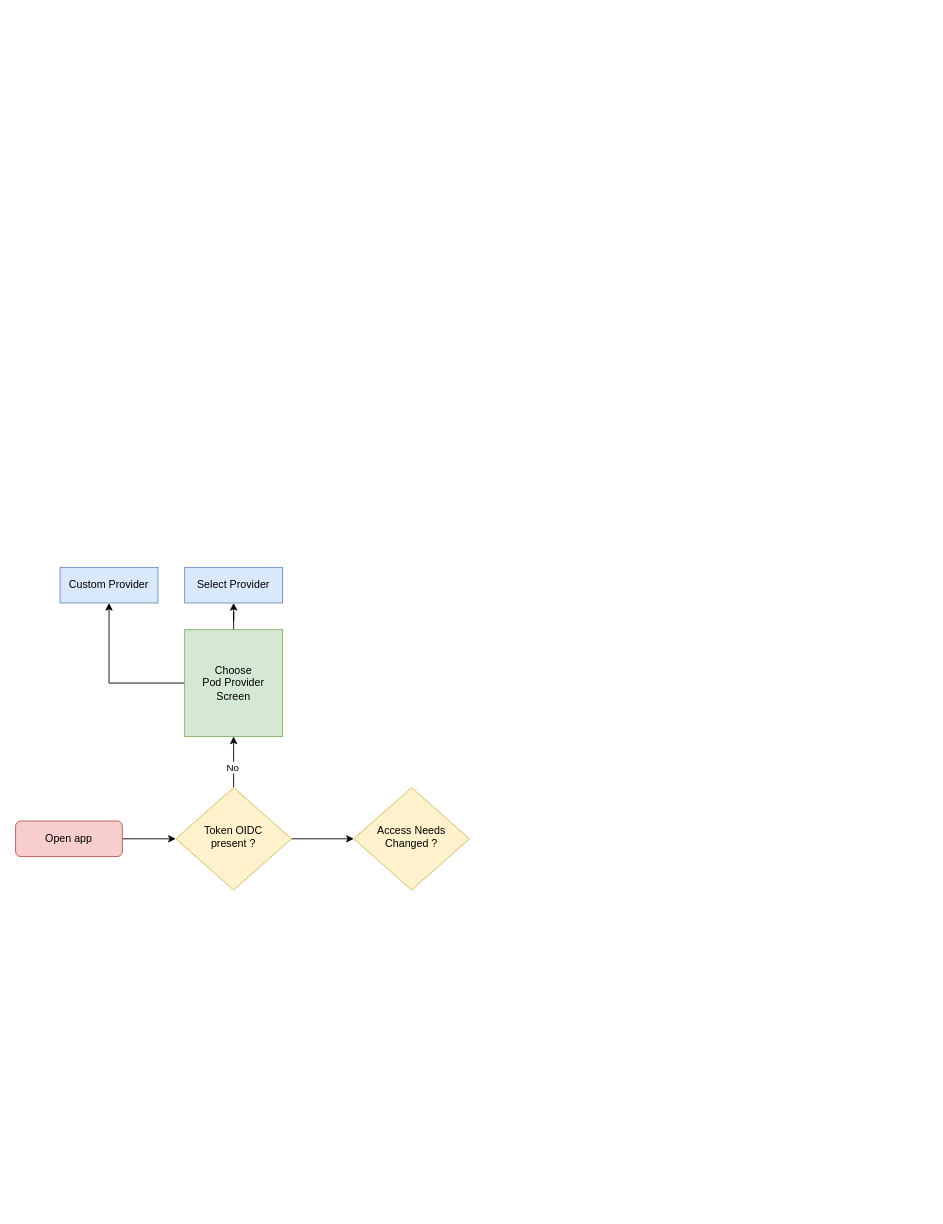
Earlier version of the draw.io diagram Diagramme sans nom.drawio (activitypods/user-flows). Source tidied: cells renumbered, new cells numbered last; positions are measured from the earlier drawing's top-left corner, leaving out a move shared by most shapes. Both pictures are drawn from the tidied source at 89%, with x=0, y=0 at pixel (15, 567).
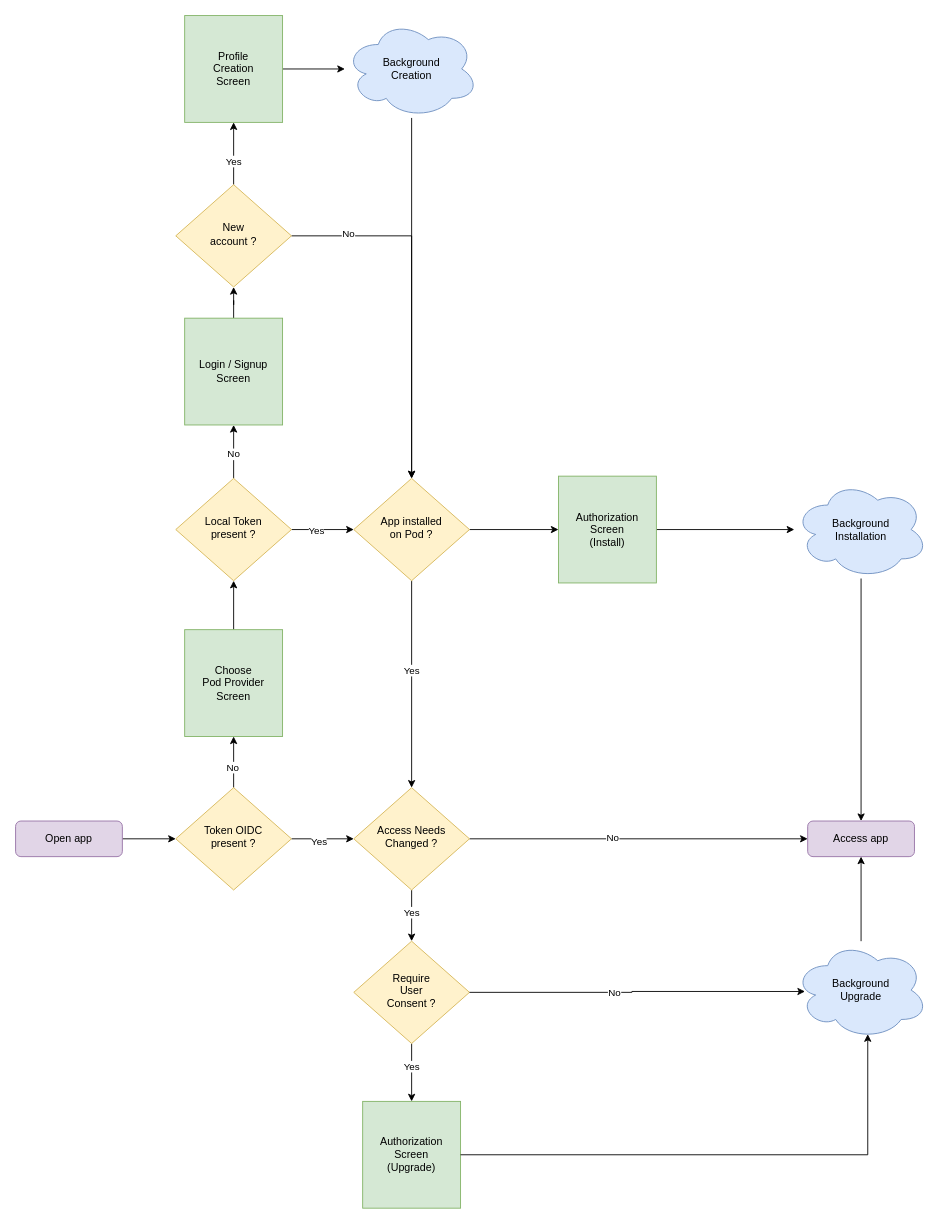
The same diagram, later.

Commit message:
Finish first draft

The change refers to these unchanged cells:
```xml
<mxCell id="6" style="edgeStyle=orthogonalEdgeStyle;rounded=0;jettySize=auto;html=1;" parent="1" edge="1" source="7" target="13">
  <mxGeometry relative="1" as="geometry" />
</mxCell>
<mxCell id="13" value="Access Needs Changed ?" style="rhombus;whiteSpace=wrap;html=1;shadow=0;fontFamily=Helvetica;fontSize=12;align=center;strokeWidth=1;spacing=6;spacingTop=-4;fillColor=#fff2cc;strokeColor=#d6b656;" parent="1" vertex="1">
  <mxGeometry x="380" y="247.5" width="130" height="115" as="geometry" />
</mxCell>
```

What changed in the source:
```diff
@@
-    <mxCell id="3" value="Open app" style="rounded=1;whiteSpace=wrap;html=1;fontSize=12;glass=0;strokeWidth=1;shadow=0;fillColor=#f8cecc;strokeColor=#b85450;" parent="1" vertex="1">
+    <mxCell id="3" value="Open app" style="rounded=1;whiteSpace=wrap;html=1;fontSize=12;glass=0;strokeWidth=1;shadow=0;fillColor=#e1d5e7;strokeColor=#9673a6;" parent="1" vertex="1">
       <mxGeometry y="285" width="120" height="40" as="geometry" />
     </mxCell>
@@
+    <mxCell id="14" value="Yes" style="edgeLabel;html=1;align=center;verticalAlign=middle;" parent="6" vertex="1">
+      <mxGeometry x="-0.14" y="-2" relative="1" as="geometry" />
+    </mxCell>
@@
-    <mxCell id="8" value="Select Provider" style="rounded=0;whiteSpace=wrap;html=1;fillColor=#dae8fc;strokeColor=#6c8ebf;" parent="1" vertex="1">
-      <mxGeometry x="190" width="110" height="40" as="geometry" />
-    </mxCell>
-    <mxCell id="9" style="edgeStyle=orthogonalEdgeStyle;rounded=0;jettySize=auto;html=1;entryX=0.5;entryY=1;entryDx=0;entryDy=0;" parent="1" edge="1" source="11" target="8">
-      <mxGeometry relative="1" as="geometry" />
-    </mxCell>
-    <mxCell id="10" style="edgeStyle=orthogonalEdgeStyle;rounded=0;jettySize=auto;html=1;entryX=0.5;entryY=1;entryDx=0;entryDy=0;" parent="1" edge="1" source="11" target="12">
-      <mxGeometry relative="1" as="geometry" />
-    </mxCell>
+    <mxCell id="15" style="edgeStyle=orthogonalEdgeStyle;rounded=0;jettySize=auto;html=1;entryX=0.5;entryY=1;entryDx=0;entryDy=0;" parent="1" edge="1" source="11" target="25">
+      <mxGeometry relative="1" as="geometry" />
+    </mxCell>
-    <mxCell id="11" value="Choose&lt;br&gt;Pod Provider&lt;br&gt;Screen" style="rounded=0;whiteSpace=wrap;html=1;fillColor=#d5e8d4;strokeColor=#82b366;" parent="1" vertex="1">
+    <mxCell id="11" value="Choose&lt;br&gt;Pod Provider&lt;br&gt;Screen" style="rounded=0;whiteSpace=wrap;html=1;fillColor=#d5e8d4;strokeColor=#82b366;fontStyle=0;" parent="1" vertex="1">
       <mxGeometry x="190" y="70" width="110" height="120" as="geometry" />
     </mxCell>
-    <mxCell id="12" value="Custom Provider" style="rounded=0;whiteSpace=wrap;html=1;fillColor=#dae8fc;strokeColor=#6c8ebf;" parent="1" vertex="1">
-      <mxGeometry x="50" width="110" height="40" as="geometry" />
-    </mxCell>
+    <mxCell id="16" style="edgeStyle=orthogonalEdgeStyle;rounded=0;jettySize=auto;html=1;" parent="1" edge="1" source="13" target="20">
+      <mxGeometry relative="1" as="geometry" />
+    </mxCell>
+    <mxCell id="17" value="No" style="edgeLabel;html=1;align=center;verticalAlign=middle;" parent="16" vertex="1">
+      <mxGeometry x="-0.16" y="2" relative="1" as="geometry" />
+    </mxCell>
+    <mxCell id="18" style="edgeStyle=orthogonalEdgeStyle;rounded=0;jettySize=auto;html=1;" parent="1" edge="1" source="13" target="47">
+      <mxGeometry relative="1" as="geometry" />
+    </mxCell>
+    <mxCell id="19" value="Yes" style="edgeLabel;html=1;align=center;verticalAlign=middle;" parent="18" vertex="1">
+      <mxGeometry x="-0.12" y="-1" relative="1" as="geometry" />
+    </mxCell>
@@
+    <mxCell id="20" value="Access app" style="rounded=1;whiteSpace=wrap;html=1;fontSize=12;glass=0;strokeWidth=1;shadow=0;fillColor=#e1d5e7;strokeColor=#9673a6;" parent="1" vertex="1">
+      <mxGeometry x="890" y="285" width="120" height="40" as="geometry" />
+    </mxCell>
+    <mxCell id="21" style="edgeStyle=orthogonalEdgeStyle;rounded=0;jettySize=auto;html=1;entryX=0.5;entryY=1;entryDx=0;entryDy=0;fontStyle=0;" parent="1" edge="1" source="25" target="27">
+      <mxGeometry relative="1" as="geometry" />
+    </mxCell>
+    <mxCell id="22" value="No" style="edgeLabel;html=1;align=center;verticalAlign=middle;fontStyle=0;" parent="21" vertex="1">
+      <mxGeometry x="-0.07" y="1" relative="1" as="geometry" />
+    </mxCell>
+    <mxCell id="23" style="edgeStyle=orthogonalEdgeStyle;rounded=0;jettySize=auto;html=1;fontStyle=0;" parent="1" edge="1" source="25" target="38">
+      <mxGeometry relative="1" as="geometry" />
+    </mxCell>
+    <mxCell id="24" value="Yes" style="edgeLabel;html=1;align=center;verticalAlign=middle;fontStyle=0;" parent="23" vertex="1">
+      <mxGeometry x="-0.22" y="-1" relative="1" as="geometry" />
+    </mxCell>
+    <mxCell id="25" value="Local Token&lt;br&gt;present ?" style="rhombus;whiteSpace=wrap;html=1;shadow=0;fontFamily=Helvetica;fontSize=12;align=center;strokeWidth=1;spacing=6;spacingTop=-4;fillColor=#fff2cc;strokeColor=#d6b656;fontStyle=0;" parent="1" vertex="1">
+      <mxGeometry x="180" y="-100" width="130" height="115" as="geometry" />
+    </mxCell>
+    <mxCell id="26" style="edgeStyle=orthogonalEdgeStyle;rounded=0;jettySize=auto;html=1;" parent="1" edge="1" source="27" target="32">
+      <mxGeometry relative="1" as="geometry" />
+    </mxCell>
+    <mxCell id="27" value="Login / Signup Screen" style="rounded=0;whiteSpace=wrap;html=1;fillColor=#d5e8d4;strokeColor=#82b366;" parent="1" vertex="1">
+      <mxGeometry x="190" y="-280" width="110" height="120" as="geometry" />
+    </mxCell>
+    <mxCell id="28" style="edgeStyle=orthogonalEdgeStyle;rounded=0;jettySize=auto;html=1;" parent="1" edge="1" source="32" target="34">
+      <mxGeometry relative="1" as="geometry" />
+    </mxCell>
+    <mxCell id="29" value="Yes" style="edgeLabel;html=1;align=center;verticalAlign=middle;" parent="28" vertex="1">
+      <mxGeometry x="-0.24" y="1" relative="1" as="geometry" />
+    </mxCell>
+    <mxCell id="30" style="edgeStyle=orthogonalEdgeStyle;rounded=0;jettySize=auto;html=1;entryX=0.5;entryY=0;entryDx=0;entryDy=0;" parent="1" edge="1" source="32" target="38">
+      <mxGeometry relative="1" as="geometry" />
+    </mxCell>
+    <mxCell id="31" value="No" style="edgeLabel;html=1;align=center;verticalAlign=middle;" parent="30" vertex="1">
+      <mxGeometry x="-0.69" y="3" relative="1" as="geometry" />
+    </mxCell>
+    <mxCell id="32" value="New&lt;br&gt;account ?" style="rhombus;whiteSpace=wrap;html=1;shadow=0;fontFamily=Helvetica;fontSize=12;align=center;strokeWidth=1;spacing=6;spacingTop=-4;fillColor=#fff2cc;strokeColor=#d6b656;fontStyle=0;" parent="1" vertex="1">
+      <mxGeometry x="180" y="-430" width="130" height="115" as="geometry" />
+    </mxCell>
+    <mxCell id="33" style="edgeStyle=orthogonalEdgeStyle;rounded=0;jettySize=auto;html=1;" parent="1" edge="1" source="34" target="40">
+      <mxGeometry relative="1" as="geometry" />
+    </mxCell>
+    <mxCell id="34" value="Profile&lt;br&gt;Creation &lt;br&gt;Screen" style="rounded=0;whiteSpace=wrap;html=1;fillColor=#d5e8d4;strokeColor=#82b366;" parent="1" vertex="1">
+      <mxGeometry x="190" y="-620" width="110" height="120" as="geometry" />
+    </mxCell>
+    <mxCell id="35" style="edgeStyle=orthogonalEdgeStyle;rounded=0;jettySize=auto;html=1;" parent="1" edge="1" source="38" target="13">
+      <mxGeometry relative="1" as="geometry" />
+    </mxCell>
+    <mxCell id="36" value="Yes" style="edgeLabel;html=1;align=center;verticalAlign=middle;fontStyle=0;" parent="35" vertex="1">
+      <mxGeometry x="-0.13" y="-1" relative="1" as="geometry">
+        <mxPoint y="-1" as="offset" />
+      </mxGeometry>
+    </mxCell>
+    <mxCell id="37" style="edgeStyle=orthogonalEdgeStyle;rounded=0;jettySize=auto;html=1;entryX=0;entryY=0.5;entryDx=0;entryDy=0;" parent="1" edge="1" source="38" target="42">
+      <mxGeometry relative="1" as="geometry" />
+    </mxCell>
+    <mxCell id="38" value="App installed&lt;br&gt;on Pod ?" style="rhombus;whiteSpace=wrap;html=1;shadow=0;fontFamily=Helvetica;fontSize=12;align=center;strokeWidth=1;spacing=6;spacingTop=-4;fillColor=#fff2cc;strokeColor=#d6b656;fontStyle=0;" parent="1" vertex="1">
+      <mxGeometry x="380" y="-100" width="130" height="115" as="geometry" />
+    </mxCell>
+    <mxCell id="39" style="edgeStyle=orthogonalEdgeStyle;rounded=0;jettySize=auto;html=1;" parent="1" edge="1" source="40" target="38">
+      <mxGeometry relative="1" as="geometry" />
+    </mxCell>
+    <mxCell id="40" value="Background&lt;br&gt;Creation" style="ellipse;shape=cloud;whiteSpace=wrap;html=1;fillColor=#dae8fc;strokeColor=#6c8ebf;" parent="1" vertex="1">
+      <mxGeometry x="370" y="-615" width="150" height="110" as="geometry" />
+    </mxCell>
+    <mxCell id="41" style="edgeStyle=orthogonalEdgeStyle;rounded=0;jettySize=auto;html=1;" parent="1" edge="1" source="42" target="44">
+      <mxGeometry relative="1" as="geometry" />
+    </mxCell>
+    <mxCell id="42" value="Authorization&lt;br&gt;Screen&lt;br&gt;(Install)" style="rounded=0;whiteSpace=wrap;html=1;fillColor=#d5e8d4;strokeColor=#82b366;" parent="1" vertex="1">
+      <mxGeometry x="610" y="-102.5" width="110" height="120" as="geometry" />
+    </mxCell>
+    <mxCell id="43" style="edgeStyle=orthogonalEdgeStyle;rounded=0;jettySize=auto;html=1;entryX=0.5;entryY=0;entryDx=0;entryDy=0;" parent="1" edge="1" source="44" target="20">
+      <mxGeometry relative="1" as="geometry" />
+    </mxCell>
+    <mxCell id="44" value="Background&lt;br&gt;Installation" style="ellipse;shape=cloud;whiteSpace=wrap;html=1;fillColor=#dae8fc;strokeColor=#6c8ebf;" parent="1" vertex="1">
+      <mxGeometry x="875" y="-97.5" width="150" height="110" as="geometry" />
+    </mxCell>
+    <mxCell id="45" style="edgeStyle=orthogonalEdgeStyle;rounded=0;jettySize=auto;html=1;" parent="1" edge="1" source="47" target="50">
+      <mxGeometry relative="1" as="geometry" />
+    </mxCell>
+    <mxCell id="46" value="Yes" style="edgeLabel;html=1;align=center;verticalAlign=middle;" parent="45" vertex="1">
+      <mxGeometry x="-0.22" y="-1" relative="1" as="geometry" />
+    </mxCell>
+    <mxCell id="47" value="Require&lt;br&gt;User&lt;br&gt;Consent ?" style="rhombus;whiteSpace=wrap;html=1;shadow=0;fontFamily=Helvetica;fontSize=12;align=center;strokeWidth=1;spacing=6;spacingTop=-4;fillColor=#fff2cc;strokeColor=#d6b656;" parent="1" vertex="1">
+      <mxGeometry x="380" y="420" width="130" height="115" as="geometry" />
+    </mxCell>
+    <mxCell id="48" style="edgeStyle=orthogonalEdgeStyle;rounded=0;jettySize=auto;html=1;entryX=0.5;entryY=1;entryDx=0;entryDy=0;" parent="1" edge="1" source="49" target="20">
+      <mxGeometry relative="1" as="geometry" />
+    </mxCell>
+    <mxCell id="49" value="Background&lt;br&gt;Upgrade" style="ellipse;shape=cloud;whiteSpace=wrap;html=1;fillColor=#dae8fc;strokeColor=#6c8ebf;" parent="1" vertex="1">
+      <mxGeometry x="875" y="420" width="150" height="110" as="geometry" />
+    </mxCell>
+    <mxCell id="50" value="Authorization&lt;br&gt;Screen&lt;br&gt;(Upgrade)" style="rounded=0;whiteSpace=wrap;html=1;fillColor=#d5e8d4;strokeColor=#82b366;" parent="1" vertex="1">
+      <mxGeometry x="390" y="600" width="110" height="120" as="geometry" />
+    </mxCell>
+    <mxCell id="51" style="edgeStyle=orthogonalEdgeStyle;rounded=0;jettySize=auto;html=1;entryX=0.55;entryY=0.95;entryDx=0;entryDy=0;entryPerimeter=0;" parent="1" edge="1" source="50" target="49">
+      <mxGeometry relative="1" as="geometry" />
+    </mxCell>
+    <mxCell id="52" style="edgeStyle=orthogonalEdgeStyle;rounded=0;jettySize=auto;html=1;exitX=1;exitY=0.5;exitDx=0;exitDy=0;entryX=0.08;entryY=0.514;entryDx=0;entryDy=0;entryPerimeter=0;" parent="1" edge="1" source="47" target="49">
+      <mxGeometry relative="1" as="geometry" />
+    </mxCell>
+    <mxCell id="53" value="No" style="edgeLabel;html=1;align=center;verticalAlign=middle;" parent="52" vertex="1">
+      <mxGeometry x="-0.14" relative="1" as="geometry">
+        <mxPoint x="-1" as="offset" />
+      </mxGeometry>
+    </mxCell>
```
